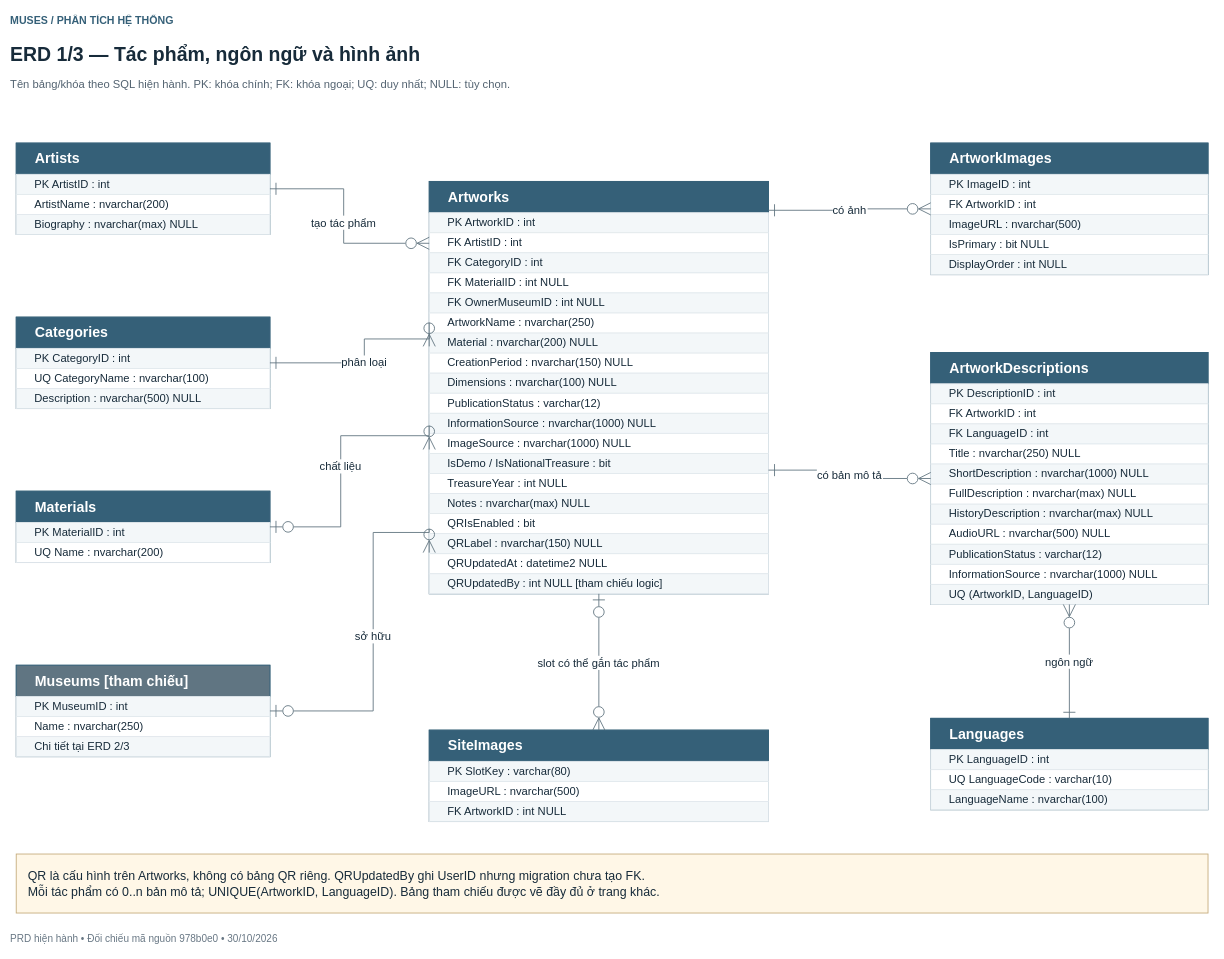
baybbut/CNPM_GROUP6 keeps this draw.io diagram as page "ERD 1/3 — Tác phẩm, ngôn ngữ và hình ảnh" (1 of 3) of docs/prd/diagrams/source/Muses_ERD.drawio. Above is the earlier version. Source tidied: cells renumbered, new cells numbered last; positions are measured from the earlier drawing's top-left corner, leaving out a move shared by most shapes. Both pictures are drawn from the tidied source at 59%, with x=0, y=0 at pixel (10, 10).
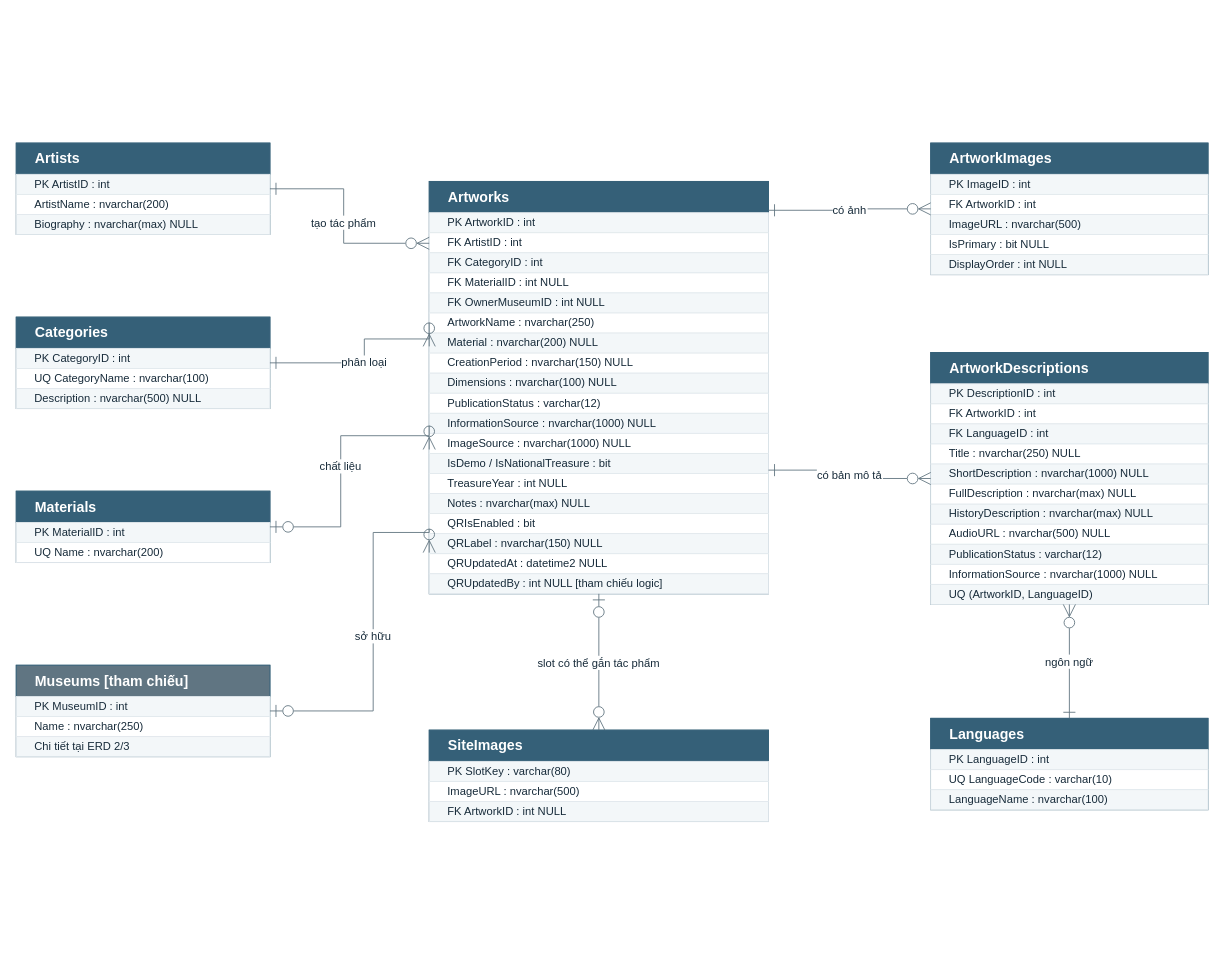
The same page after the edit.

The edit, as a diff of the source:
```diff
@@
-    <mxCell id="2" value="MUSES  /  PHÂN TÍCH HỆ THỐNG" style="fontFamily=Arial;html=0;convertToSvg=1;svgWhiteSpace=wrap;fontColor=#172B3A;text;strokeColor=none;fillColor=none;align=left;verticalAlign=middle;whiteSpace=wrap;overflow=hidden;fontSize=18;fontColor=#356078;fontStyle=1;spacing=0;" parent="1" vertex="1">
-      <mxGeometry width="2040" height="35" as="geometry" />
-    </mxCell>
-    <mxCell id="3" value="ERD 1/3 — Tác phẩm, ngôn ngữ và hình ảnh" style="fontFamily=Arial;html=0;convertToSvg=1;svgWhiteSpace=wrap;fontColor=#172B3A;text;strokeColor=none;fillColor=none;align=left;verticalAlign=middle;whiteSpace=wrap;overflow=hidden;fontSize=33;fontColor=#172B3A;fontStyle=1;spacing=0;" parent="1" vertex="1">
-      <mxGeometry y="44" width="2040" height="60" as="geometry" />
-    </mxCell>
-    <mxCell id="4" value="Tên bảng/khóa theo SQL hiện hành. PK: khóa chính; FK: khóa ngoại; UQ: duy nhất; NULL: tùy chọn." style="fontFamily=Arial;html=0;convertToSvg=1;svgWhiteSpace=wrap;fontColor=#172B3A;text;strokeColor=none;fillColor=none;align=left;verticalAlign=middle;whiteSpace=wrap;overflow=hidden;fontSize=19;fontColor=#536371;fontStyle=0;spacing=0;" parent="1" vertex="1">
-      <mxGeometry y="108" width="2040" height="36" as="geometry" />
-    </mxCell>
-    <mxCell id="5" value="PRD hiện hành • Đối chiếu mã nguồn 978b0e0 • 30/10/2026" style="fontFamily=Arial;html=0;convertToSvg=1;svgWhiteSpace=wrap;fontColor=#172B3A;text;strokeColor=none;fillColor=none;align=left;verticalAlign=middle;whiteSpace=wrap;overflow=hidden;fontSize=17;fontColor=#687784;fontStyle=0;spacing=0;" parent="1" vertex="1">
-      <mxGeometry y="1559" width="2040" height="32" as="geometry" />
-    </mxCell>
@@
-    <mxCell id="84" value="QR là cấu hình trên Artworks, không có bảng QR riêng. QRUpdatedBy ghi UserID nhưng migration chưa tạo FK.&#10;Mỗi tác phẩm có 0..n bản mô tả; UNIQUE(ArtworkID, LanguageID). Bảng tham chiếu được vẽ đầy đủ ở trang khác." style="fontFamily=Arial;html=0;convertToSvg=1;svgWhiteSpace=wrap;fontColor=#172B3A;rounded=0;whiteSpace=wrap;fillColor=#FFF7E7;strokeColor=#C5AB7C;strokeWidth=1.5;fontSize=21;spacing=16;align=left;verticalAlign=middle;spacing=20;" parent="1" vertex="1">
-      <mxGeometry x="10" y="1430" width="2020" height="100" as="geometry" />
-    </mxCell>
```
